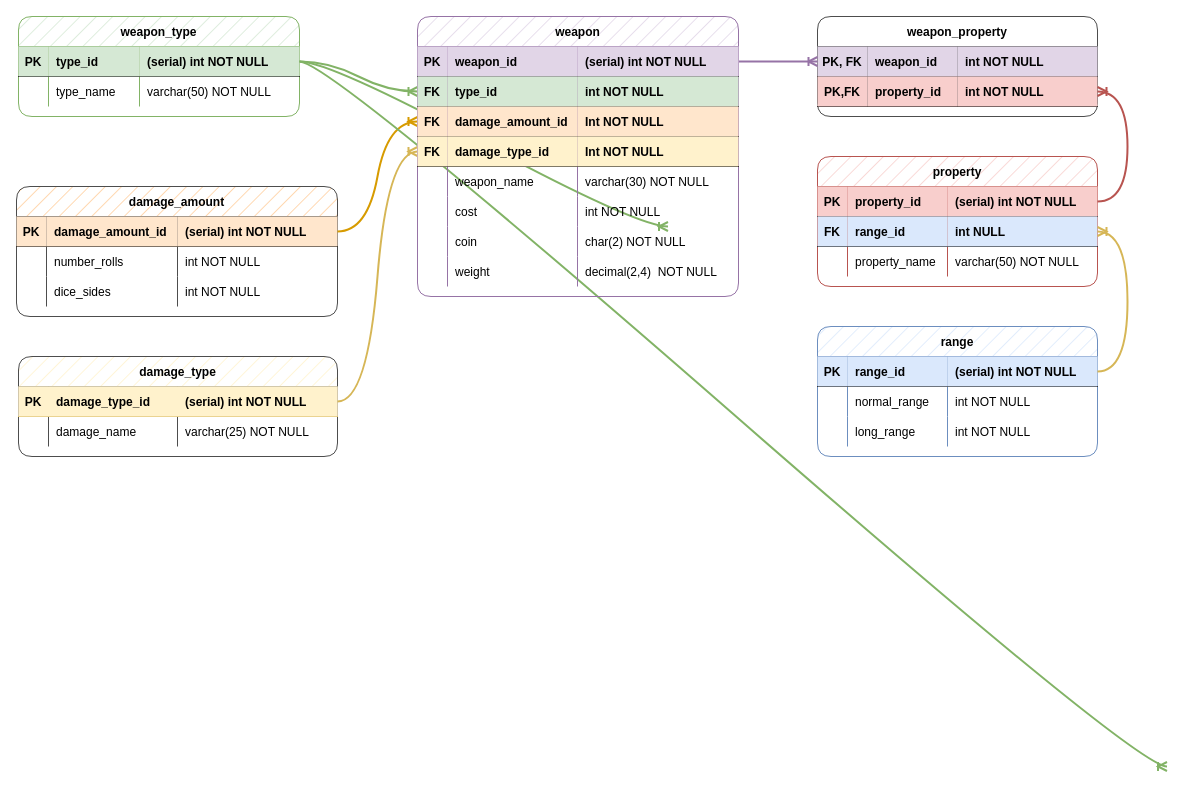
Earlier version of the draw.io diagram page "weapon" (2 of 3) of diagrams/Entity Relationship Diagram.drawio (kschuljak/fantasy_shop). Source tidied: cells renumbered, new cells numbered last; positions are measured from the earlier drawing's top-left corner, leaving out a move shared by most shapes. Both pictures are drawn from the tidied source at 100%, with x=0, y=0 at pixel (16, 16).
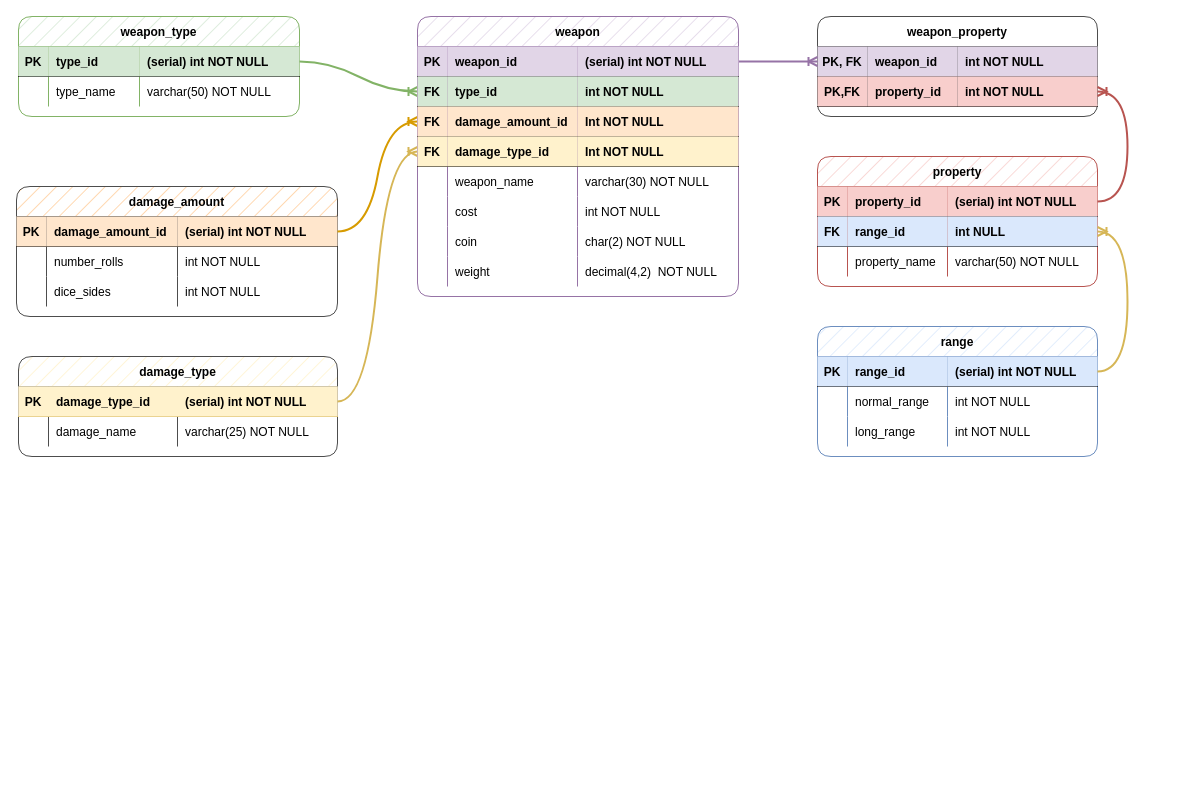
After the change.

Unchanged cells that the change refers to:
```xml
<mxCell id="3" style="shape=partialRectangle;fillColor=none;points=[[0,0.5],[1,0.5]];portConstraint=eastwest;top=0;left=0;right=0;bottom=1;" parent="2" vertex="1">
  <mxGeometry y="30" width="281" height="30" as="geometry" />
</mxCell>
<mxCell id="105" style="shape=partialRectangle;fillColor=none;top=0;left=0;right=0;bottom=0;" parent="76" vertex="1">
  <mxGeometry y="240" width="321" height="30" as="geometry" />
</mxCell>
```

What changed in the source:
```diff
@@
-    <mxCell id="74" style="edgeStyle=entityRelationEdgeStyle;fontSize=12;html=1;endArrow=ERoneToMany;strokeWidth=2;curved=1;fillColor=#d5e8d4;strokeColor=#82b366;entryX=1;entryY=0.5;entryDx=0;entryDy=0;" parent="1" edge="1" source="3">
-      <mxGeometry relative="1" as="geometry">
-        <mxPoint x="651.5" y="210" as="targetPoint" />
-      </mxGeometry>
-    </mxCell>
-    <mxCell id="75" style="edgeStyle=entityRelationEdgeStyle;fontSize=12;html=1;endArrow=ERoneToMany;strokeWidth=2;curved=1;fillColor=#d5e8d4;strokeColor=#82b366;entryX=1;entryY=0.5;entryDx=0;entryDy=0;" parent="1" edge="1" source="3">
-      <mxGeometry relative="1" as="geometry">
-        <mxPoint x="1150.5" y="750" as="targetPoint" />
-      </mxGeometry>
-    </mxCell>
@@
-    <mxCell id="108" value="decimal(2,4)  NOT NULL" style="shape=partialRectangle;overflow=hidden;fillColor=none;top=0;left=0;bottom=0;right=0;align=left;spacingLeft=6;" parent="105" vertex="1">
+    <mxCell id="108" value="decimal(4,2)  NOT NULL" style="shape=partialRectangle;overflow=hidden;fillColor=none;top=0;left=0;bottom=0;right=0;align=left;spacingLeft=6;" parent="105" vertex="1">
       <mxGeometry x="160" width="161" height="30" as="geometry" />
     </mxCell>
```
